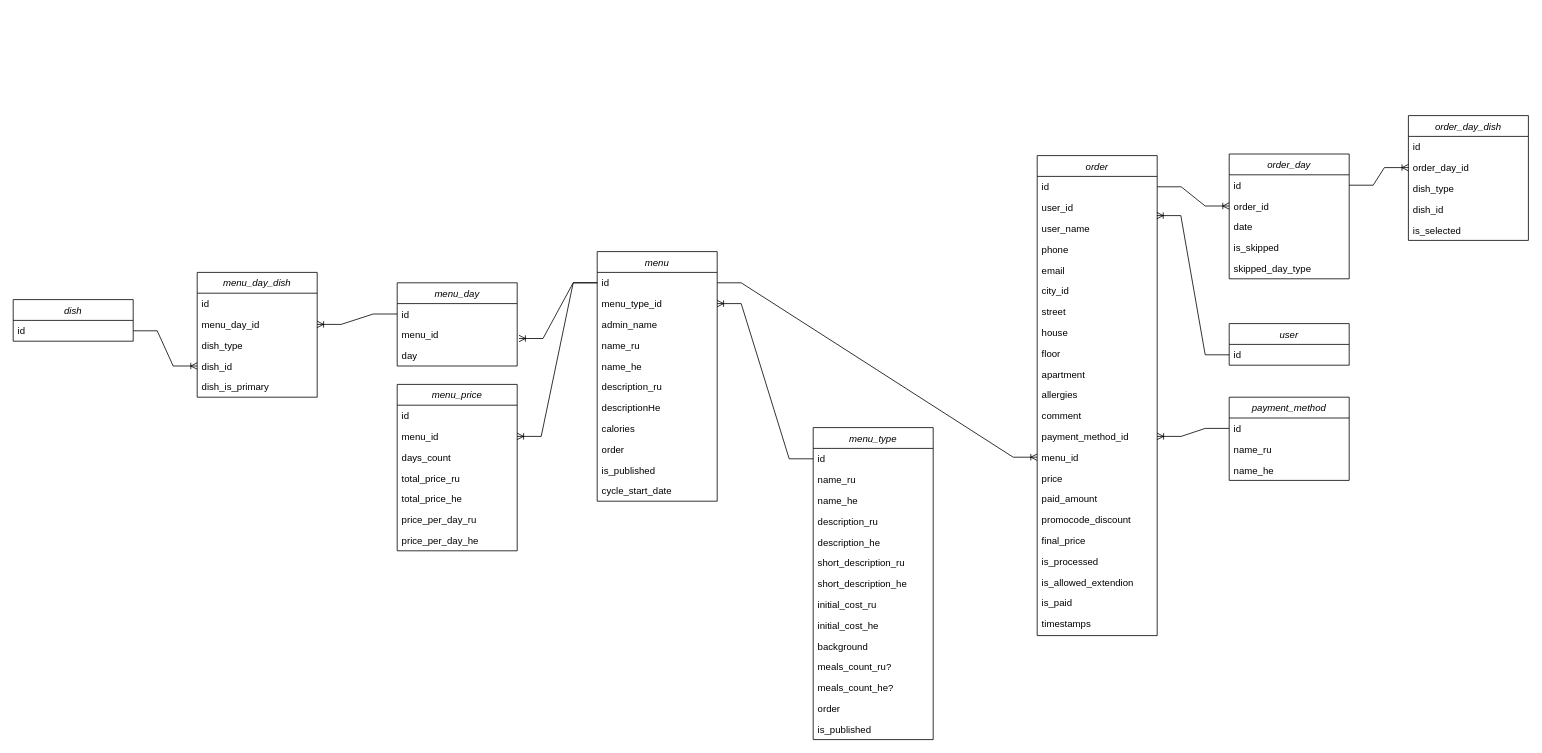
The draw.io diagram er.drawio in xw1nchester/muscle-feed-backend, before the edit. Source tidied: cells renumbered, new cells numbered last; positions are measured from the earlier drawing's top-left corner, leaving out a move shared by most shapes. Both pictures are drawn from the tidied source at 80%, with x=0, y=0 at pixel (13, 115).
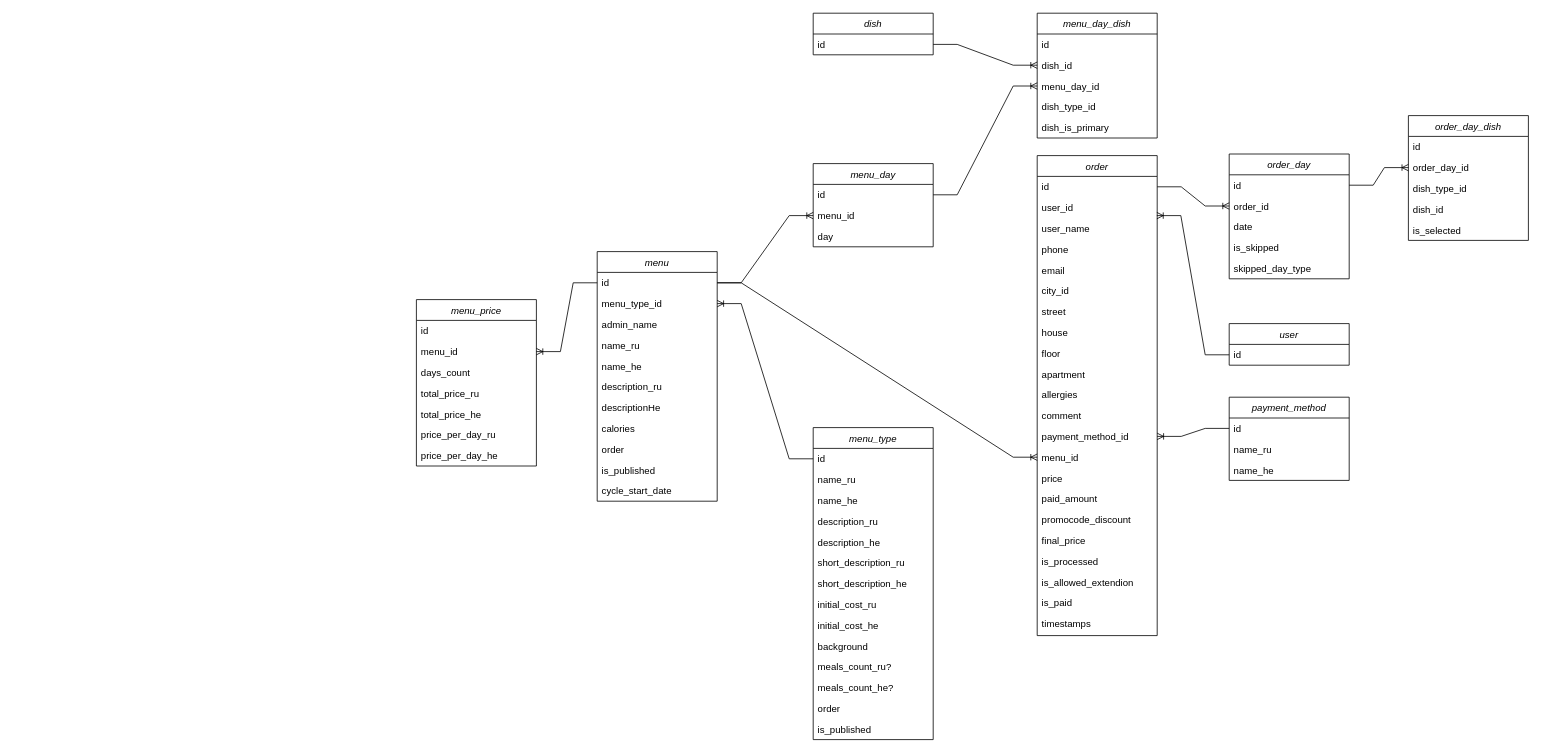
After the change.

Unchanged cells that the change refers to:
```xml
<mxCell id="3" value="id" style="text;align=left;verticalAlign=top;spacingLeft=4;spacingRight=4;overflow=hidden;points=[[0,0.5],[1,0.5]];portConstraint=eastwest;" parent="2" vertex="1">
  <mxGeometry y="26" width="150" height="26" as="geometry" />
</mxCell>
<mxCell id="5" value="id" style="text;align=left;verticalAlign=top;spacingLeft=4;spacingRight=4;overflow=hidden;points=[[0,0.5],[1,0.5]];portConstraint=eastwest;" parent="4" vertex="1">
  <mxGeometry y="26" width="150" height="26" as="geometry" />
</mxCell>
<mxCell id="17" value="id" style="text;align=left;verticalAlign=top;spacingLeft=4;spacingRight=4;overflow=hidden;points=[[0,0.5],[1,0.5]];portConstraint=eastwest;" parent="16" vertex="1">
  <mxGeometry y="26" width="150" height="26" as="geometry" />
</mxCell>
<mxCell id="18" value="menu_id" style="text;align=left;verticalAlign=top;spacingLeft=4;spacingRight=4;overflow=hidden;points=[[0,0.5],[1,0.5]];portConstraint=eastwest;" parent="16" vertex="1">
  <mxGeometry y="52" width="150" height="26" as="geometry" />
</mxCell>
<mxCell id="83" value="order_day_dish" style="swimlane;fontStyle=2;align=center;verticalAlign=top;horizontal=1;startSize=26;rounded=0;shadow=0;strokeWidth=1;" parent="1" vertex="1">
  <mxGeometry x="1744" width="150" height="156" as="geometry" />
</mxCell>
```

What changed in the source:
```diff
@@
     <mxCell id="2" value="dish" style="swimlane;fontStyle=2;align=center;verticalAlign=top;horizontal=1;startSize=26;rounded=0;shadow=0;strokeWidth=1;" parent="1" vertex="1">
-      <mxGeometry y="230" width="150" height="52" as="geometry" />
+      <mxGeometry x="1000" y="-128" width="150" height="52" as="geometry" />
     </mxCell>
@@
     <mxCell id="16" value="menu_day" style="swimlane;fontStyle=2;align=center;verticalAlign=top;horizontal=1;startSize=26;rounded=0;shadow=0;strokeWidth=1;" parent="1" vertex="1">
-      <mxGeometry x="480" y="209" width="150" height="104" as="geometry" />
+      <mxGeometry x="1000" y="60" width="150" height="104" as="geometry" />
     </mxCell>
@@
     <mxCell id="20" value="menu_day_dish" style="swimlane;fontStyle=2;align=center;verticalAlign=top;horizontal=1;startSize=26;rounded=0;shadow=0;strokeWidth=1;" parent="1" vertex="1">
-      <mxGeometry x="230" y="196" width="150" height="156" as="geometry" />
+      <mxGeometry x="1280" y="-128" width="150" height="156" as="geometry" />
     </mxCell>
@@
+    <mxCell id="25" value="dish_id" style="text;align=left;verticalAlign=top;spacingLeft=4;spacingRight=4;overflow=hidden;points=[[0,0.5],[1,0.5]];portConstraint=eastwest;" parent="20" vertex="1">
+      <mxGeometry y="52" width="150" height="26" as="geometry" />
+    </mxCell>
     <mxCell id="22" value="menu_day_id" style="text;align=left;verticalAlign=top;spacingLeft=4;spacingRight=4;overflow=hidden;points=[[0,0.5],[1,0.5]];portConstraint=eastwest;" parent="20" vertex="1">
-      <mxGeometry y="52" width="150" height="26" as="geometry" />
+      <mxGeometry y="78" width="150" height="26" as="geometry" />
     </mxCell>
-    <mxCell id="23" value="dish_type" style="text;align=left;verticalAlign=top;spacingLeft=4;spacingRight=4;overflow=hidden;" parent="20" vertex="1">
-      <mxGeometry y="78" width="150" height="26" as="geometry" />
+    <mxCell id="23" value="dish_type_id" style="text;align=left;verticalAlign=top;spacingLeft=4;spacingRight=4;overflow=hidden;" parent="20" vertex="1">
+      <mxGeometry y="104" width="150" height="26" as="geometry" />
     </mxCell>
-    <mxCell id="24" style="edgeStyle=entityRelationEdgeStyle;fontSize=12;html=1;endArrow=ERoneToMany;rounded=0;entryX=1;entryY=0.5;entryDx=0;entryDy=0;exitX=1;exitY=0.5;exitDx=0;exitDy=0;" parent="20" edge="1" source="3">
-      <mxGeometry relative="1" as="geometry">
-        <mxPoint y="117" as="targetPoint" />
-      </mxGeometry>
-    </mxCell>
-    <mxCell id="25" value="dish_id" style="text;align=left;verticalAlign=top;spacingLeft=4;spacingRight=4;overflow=hidden;points=[[0,0.5],[1,0.5]];portConstraint=eastwest;" parent="20" vertex="1">
-      <mxGeometry y="104" width="150" height="26" as="geometry" />
-    </mxCell>
@@
-    <mxCell id="27" style="edgeStyle=entityRelationEdgeStyle;fontSize=12;html=1;endArrow=ERoneToMany;rounded=0;entryX=1.015;entryY=0.678;entryDx=0;entryDy=0;entryPerimeter=0;exitX=0;exitY=0.5;exitDx=0;exitDy=0;" parent="1" edge="1" source="5" target="18">
+    <mxCell id="27" style="edgeStyle=entityRelationEdgeStyle;fontSize=12;html=1;endArrow=ERoneToMany;rounded=0;entryX=0;entryY=0.5;entryDx=0;entryDy=0;exitX=1;exitY=0.5;exitDx=0;exitDy=0;" parent="1" edge="1" source="5" target="18">
       <mxGeometry relative="1" as="geometry" />
     </mxCell>
-    <mxCell id="28" style="edgeStyle=entityRelationEdgeStyle;fontSize=12;html=1;endArrow=ERoneToMany;rounded=0;entryX=1;entryY=0.5;entryDx=0;entryDy=0;" parent="1" edge="1" source="17" target="22">
+    <mxCell id="28" style="edgeStyle=entityRelationEdgeStyle;fontSize=12;html=1;endArrow=ERoneToMany;rounded=0;entryX=0;entryY=0.5;entryDx=0;entryDy=0;" parent="1" edge="1" source="17" target="22">
       <mxGeometry relative="1" as="geometry" />
     </mxCell>
@@
-    <mxCell id="86" value="dish_type" style="text;align=left;verticalAlign=top;spacingLeft=4;spacingRight=4;overflow=hidden;" parent="83" vertex="1">
+    <mxCell id="86" value="dish_type_id" style="text;align=left;verticalAlign=top;spacingLeft=4;spacingRight=4;overflow=hidden;" parent="83" vertex="1">
       <mxGeometry y="78" width="150" height="26" as="geometry" />
     </mxCell>
@@
     <mxCell id="91" value="menu_price" style="swimlane;fontStyle=2;align=center;verticalAlign=top;horizontal=1;startSize=26;rounded=0;shadow=0;strokeWidth=1;" parent="1" vertex="1">
-      <mxGeometry x="480" y="336" width="150" height="208" as="geometry" />
+      <mxGeometry x="504" y="230" width="150" height="208" as="geometry" />
     </mxCell>
@@
+    <mxCell id="24" style="edgeStyle=entityRelationEdgeStyle;fontSize=12;html=1;endArrow=ERoneToMany;rounded=0;entryX=0;entryY=0.5;entryDx=0;entryDy=0;exitX=1;exitY=0.5;exitDx=0;exitDy=0;" parent="1" edge="1" source="3" target="25">
+      <mxGeometry relative="1" as="geometry" />
+    </mxCell>
```
